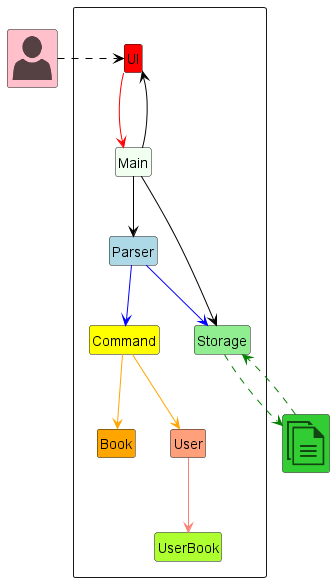
Earlier version of the PlantUML export docs/images/ArchitectureDiagram.png (kirangeofran/tp).
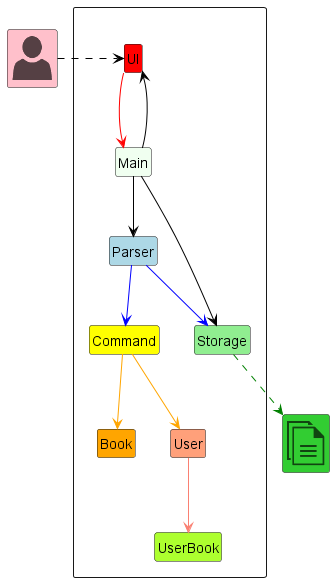
After the change.

Commit message:
Fix architecture diagram

The edit, as a diff of the source:
```diff
@@ -37,7 +37,7 @@
 Command -[#orange]-> User
 User -[#salmon]-> UserBook
 Storage .[#green].> File
-File .[#green].> Storage
+
 human .[#black]> UI
 
 
```
